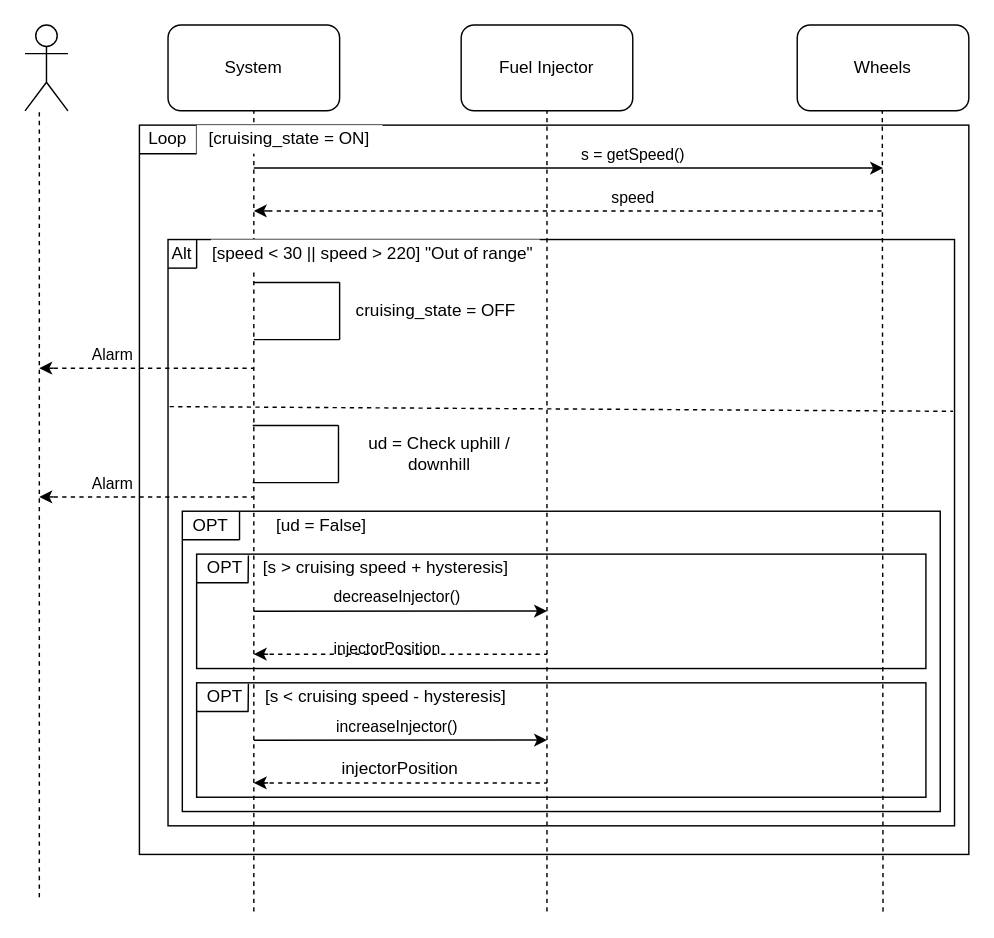
PashaJ23/sandbox-area keeps this draw.io diagram as Keep_Cruising.drawio. Above is the earlier version. Source tidied: cells renumbered, new cells numbered last; positions are measured from the earlier drawing's top-left corner, leaving out a move shared by most shapes. Both pictures are drawn from the tidied source at 143%, with x=0, y=0 at pixel (24, 24).
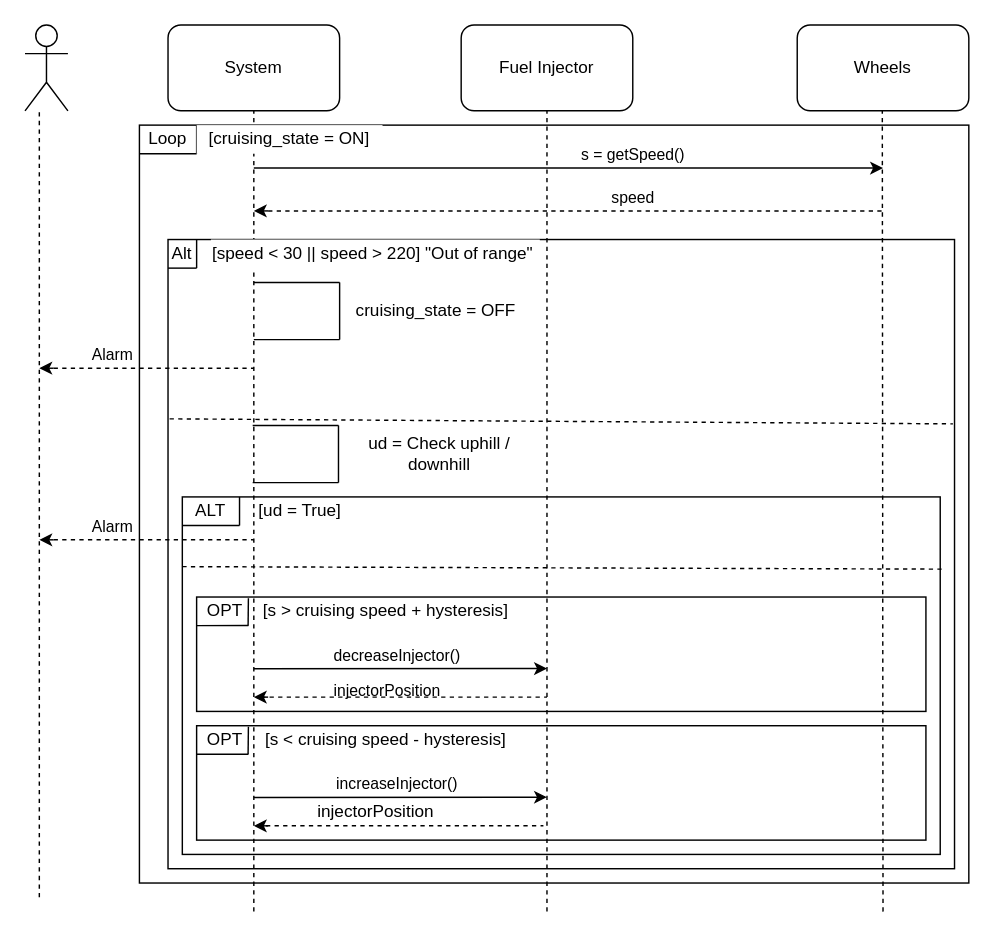
Above is the later version.

Commit message:
Added ALT block, adjusted the alarm

Diff of the diagram source:
```diff
@@
     <mxCell id="2" style="rounded=0;whiteSpace=wrap;html=1;glass=0;shadow=0;sketch=0;fillColor=none;labelBackgroundColor=none;" parent="1" vertex="1">
-      <mxGeometry x="80" y="70" width="580" height="510" as="geometry" />
+      <mxGeometry x="80" y="70" width="580" height="530" as="geometry" />
     </mxCell>
     <mxCell id="3" style="rounded=0;whiteSpace=wrap;html=1;shadow=0;glass=0;labelBackgroundColor=#ffffff;sketch=0;fillColor=none;" parent="1" vertex="1">
-      <mxGeometry x="100" y="150" width="550" height="410" as="geometry" />
+      <mxGeometry x="100" y="150" width="550" height="440" as="geometry" />
     </mxCell>
     <mxCell id="4" style="rounded=0;whiteSpace=wrap;html=1;shadow=0;glass=0;labelBackgroundColor=#ffffff;sketch=0;fillColor=none;" parent="1" vertex="1">
-      <mxGeometry x="110" y="340" width="530" height="210" as="geometry" />
+      <mxGeometry x="110" y="330" width="530" height="250" as="geometry" />
     </mxCell>
     <mxCell id="5" style="rounded=0;whiteSpace=wrap;html=1;shadow=0;glass=0;labelBackgroundColor=#ffffff;sketch=0;fillColor=none;" parent="1" vertex="1">
-      <mxGeometry x="120" y="460" width="510" height="80" as="geometry" />
+      <mxGeometry x="120" y="490" width="510" height="80" as="geometry" />
     </mxCell>
     <mxCell id="6" style="rounded=0;whiteSpace=wrap;html=1;shadow=0;glass=0;labelBackgroundColor=#ffffff;sketch=0;fillColor=none;" parent="1" vertex="1">
-      <mxGeometry x="120" y="370" width="510" height="80" as="geometry" />
+      <mxGeometry x="120" y="400" width="510" height="80" as="geometry" />
     </mxCell>
@@
     <mxCell id="30" style="endArrow=none;dashed=1;html=1;" parent="1" edge="1">
       <mxGeometry relative="1" as="geometry">
-        <mxPoint x="20" y="330" as="sourcePoint" />
-        <mxPoint x="160" y="330" as="targetPoint" />
+        <mxPoint x="20" y="360" as="sourcePoint" />
+        <mxPoint x="160" y="360" as="targetPoint" />
       </mxGeometry>
     </mxCell>
@@
     <mxCell id="32" style="endArrow=classic;html=1;" parent="1" edge="1">
       <mxGeometry relative="1" as="geometry">
-        <mxPoint x="20" y="330" as="sourcePoint" />
-        <mxPoint x="10" y="330" as="targetPoint" />
+        <mxPoint x="20" y="360" as="sourcePoint" />
+        <mxPoint x="10" y="360" as="targetPoint" />
       </mxGeometry>
     </mxCell>
@@
-    <mxCell id="44" value="OPT" style="text;html=1;strokeColor=none;fillColor=none;align=center;verticalAlign=middle;whiteSpace=wrap;rounded=0;shadow=0;glass=0;labelBackgroundColor=#ffffff;sketch=0;" parent="1" vertex="1">
-      <mxGeometry x="110" y="340" width="40" height="20" as="geometry" />
+    <mxCell id="44" value="ALT" style="text;html=1;strokeColor=none;fillColor=none;align=center;verticalAlign=middle;whiteSpace=wrap;rounded=0;shadow=0;glass=0;labelBackgroundColor=#ffffff;sketch=0;" parent="1" vertex="1">
+      <mxGeometry x="110" y="330" width="40" height="20" as="geometry" />
     </mxCell>
     <mxCell id="45" style="endArrow=none;html=1;entryX=1;entryY=1;entryDx=0;entryDy=0;exitX=0;exitY=1;exitDx=0;exitDy=0;" parent="1" edge="1" source="44" target="44">
-      <mxGeometry relative="1" as="geometry">
-        <Array as="points">
-          <mxPoint x="130" y="360" />
-        </Array>
-      </mxGeometry>
+      <mxGeometry relative="1" as="geometry" />
     </mxCell>
@@
-    <mxCell id="47" value="[ud = False]" style="text;html=1;strokeColor=none;fillColor=none;align=center;verticalAlign=middle;whiteSpace=wrap;rounded=0;shadow=0;glass=0;labelBackgroundColor=#ffffff;sketch=0;" parent="1" vertex="1">
-      <mxGeometry x="165" y="340" width="85" height="20" as="geometry" />
+    <mxCell id="47" value="[ud = True]" style="text;html=1;strokeColor=none;fillColor=none;align=center;verticalAlign=middle;whiteSpace=wrap;rounded=0;shadow=0;glass=0;labelBackgroundColor=#ffffff;sketch=0;" parent="1" vertex="1">
+      <mxGeometry x="150" y="330" width="85" height="20" as="geometry" />
     </mxCell>
     <mxCell id="48" value="OPT" style="text;html=1;strokeColor=none;fillColor=none;align=center;verticalAlign=middle;whiteSpace=wrap;rounded=0;shadow=0;glass=0;labelBackgroundColor=#ffffff;sketch=0;" parent="1" vertex="1">
-      <mxGeometry x="120" y="370" width="40" height="20" as="geometry" />
+      <mxGeometry x="120" y="400" width="40" height="20" as="geometry" />
     </mxCell>
@@
     <mxCell id="50" style="endArrow=none;html=1;entryX=0.905;entryY=0.045;entryDx=0;entryDy=0;entryPerimeter=0;" parent="1" edge="1" target="48">
       <mxGeometry relative="1" as="geometry">
-        <mxPoint x="156" y="390" as="sourcePoint" />
+        <mxPoint x="156" y="420" as="sourcePoint" />
       </mxGeometry>
     </mxCell>
     <mxCell id="51" value="[s &amp;gt; cruising speed + hysteresis]" style="text;html=1;strokeColor=none;fillColor=none;align=center;verticalAlign=middle;whiteSpace=wrap;rounded=0;shadow=0;glass=0;labelBackgroundColor=#ffffff;sketch=0;" parent="1" vertex="1">
-      <mxGeometry x="160" y="370" width="185" height="20" as="geometry" />
+      <mxGeometry x="160" y="400" width="185" height="20" as="geometry" />
     </mxCell>
     <mxCell id="52" style="endArrow=classic;html=1;" parent="1" edge="1">
       <mxGeometry relative="1" as="geometry">
-        <mxPoint x="160" y="409.9" as="sourcePoint" />
-        <mxPoint x="365" y="409.8" as="targetPoint" />
+        <mxPoint x="160" y="450.1" as="sourcePoint" />
+        <mxPoint x="365" y="450" as="targetPoint" />
       </mxGeometry>
     </mxCell>
@@
     <mxCell id="54" style="endArrow=none;dashed=1;html=1;" parent="1" edge="1">
       <mxGeometry relative="1" as="geometry">
-        <mxPoint x="165" y="440" as="sourcePoint" />
-        <mxPoint x="365" y="440" as="targetPoint" />
+        <mxPoint x="165" y="470" as="sourcePoint" />
+        <mxPoint x="365" y="470" as="targetPoint" />
       </mxGeometry>
     </mxCell>
@@
     <mxCell id="56" style="endArrow=classic;html=1;" parent="1" edge="1">
       <mxGeometry relative="1" as="geometry">
-        <mxPoint x="170" y="440" as="sourcePoint" />
-        <mxPoint x="160" y="440" as="targetPoint" />
+        <mxPoint x="170" y="470" as="sourcePoint" />
+        <mxPoint x="160" y="470" as="targetPoint" />
       </mxGeometry>
     </mxCell>
     <mxCell id="57" value="OPT" style="text;html=1;strokeColor=none;fillColor=none;align=center;verticalAlign=middle;whiteSpace=wrap;rounded=0;shadow=0;glass=0;labelBackgroundColor=#ffffff;sketch=0;" parent="1" vertex="1">
-      <mxGeometry x="120" y="460" width="40" height="20" as="geometry" />
+      <mxGeometry x="120" y="490" width="40" height="20" as="geometry" />
     </mxCell>
     <mxCell id="58" style="endArrow=none;html=1;exitX=0;exitY=1;exitDx=0;exitDy=0;entryX=0.906;entryY=0.998;entryDx=0;entryDy=0;entryPerimeter=0;" parent="1" edge="1">
       <mxGeometry relative="1" as="geometry">
-        <mxPoint x="120" y="480" as="sourcePoint" />
-        <mxPoint x="156.2" y="480" as="targetPoint" />
+        <mxPoint x="120" y="510" as="sourcePoint" />
+        <mxPoint x="156.2" y="510" as="targetPoint" />
       </mxGeometry>
     </mxCell>
-    <mxCell id="59" style="endArrow=none;html=1;exitX=0.9;exitY=1.007;exitDx=0;exitDy=0;exitPerimeter=0;entryX=0.071;entryY=0.009;entryDx=0;entryDy=0;entryPerimeter=0;" parent="1" edge="1" source="57" target="5">
-      <mxGeometry relative="1" as="geometry" />
+    <mxCell id="59" style="endArrow=none;html=1;entryX=0.071;entryY=0.009;entryDx=0;entryDy=0;entryPerimeter=0;" parent="1" edge="1" target="5">
+      <mxGeometry relative="1" as="geometry">
+        <mxPoint x="156" y="510" as="sourcePoint" />
+      </mxGeometry>
     </mxCell>
     <mxCell id="60" value="[s &amp;lt; cruising speed - hysteresis]" style="text;html=1;strokeColor=none;fillColor=none;align=center;verticalAlign=middle;whiteSpace=wrap;rounded=0;shadow=0;glass=0;labelBackgroundColor=none;sketch=0;" parent="1" vertex="1">
-      <mxGeometry x="165" y="460" width="175" height="20" as="geometry" />
+      <mxGeometry x="165" y="490" width="175" height="20" as="geometry" />
     </mxCell>
     <mxCell id="61" style="endArrow=classic;html=1;" parent="1" edge="1">
       <mxGeometry relative="1" as="geometry">
-        <mxPoint x="160" y="500.2" as="sourcePoint" />
-        <mxPoint x="365" y="500" as="targetPoint" />
+        <mxPoint x="160" y="540.2" as="sourcePoint" />
+        <mxPoint x="365" y="540" as="targetPoint" />
       </mxGeometry>
     </mxCell>
@@
     <mxCell id="63" style="endArrow=none;dashed=1;html=1;" parent="1" edge="1">
       <mxGeometry relative="1" as="geometry">
-        <mxPoint x="165" y="530" as="sourcePoint" />
-        <mxPoint x="365" y="530" as="targetPoint" />
+        <mxPoint x="162.5" y="560" as="sourcePoint" />
+        <mxPoint x="362.5" y="560" as="targetPoint" />
       </mxGeometry>
     </mxCell>
     <mxCell id="64" style="endArrow=classic;html=1;" parent="1" edge="1">
       <mxGeometry relative="1" as="geometry">
-        <mxPoint x="170" y="530" as="sourcePoint" />
-        <mxPoint x="160" y="530" as="targetPoint" />
+        <mxPoint x="170" y="560" as="sourcePoint" />
+        <mxPoint x="160" y="560" as="targetPoint" />
       </mxGeometry>
     </mxCell>
     <mxCell id="65" value="injectorPosition" style="text;html=1;strokeColor=none;fillColor=none;align=center;verticalAlign=middle;whiteSpace=wrap;rounded=0;shadow=0;glass=0;labelBackgroundColor=none;sketch=0;" parent="1" vertex="1">
-      <mxGeometry x="210" y="510" width="105" height="20" as="geometry" />
+      <mxGeometry x="192.5" y="540" width="105" height="20" as="geometry" />
     </mxCell>
+    <mxCell id="66" style="endArrow=none;dashed=1;html=1;exitX=0;exitY=0.195;exitDx=0;exitDy=0;exitPerimeter=0;entryX=1.003;entryY=0.202;entryDx=0;entryDy=0;entryPerimeter=0;" parent="1" edge="1" source="4" target="4">
+      <mxGeometry relative="1" as="geometry" />
+    </mxCell>
```
